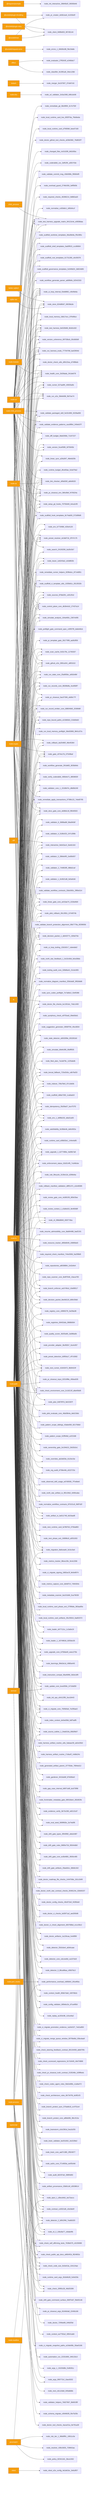
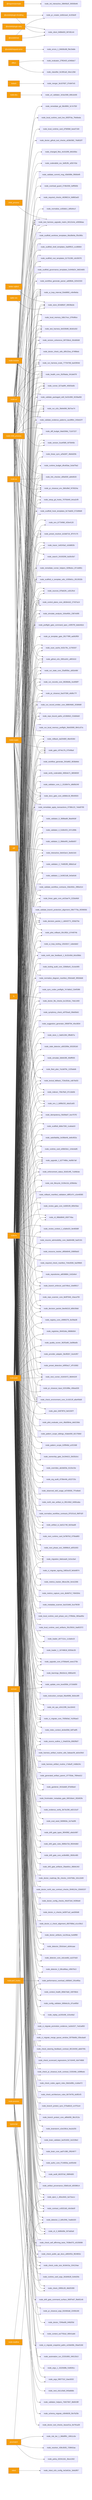
graph LR
  ext_inquirer_prompts_4d547149["@inquirer/prompts"] --> node_init_interactive_28845b2f_39350b46
  ext_octokit_plugin_retry_c9aecc53["@octokit/plugin-retry"] --> node_client_948fe603_907d5144
  ext_octokit_plugin_throttling_7909ece3["@octokit/plugin-throttling"] --> node_client_948fe603_907d5144
  ext_octokit_plugin_throttling_7909ece3["@octokit/plugin-throttling"] --> node_pr_creator_dc6b1ea4_4c333e0f
  ext_octokit_request_error_98ae13cc["@octokit/request-error"] --> node_errors_1_84b56c88_f9e19a8e
  ext_octokit_rest_c6e4d192["@octokit/rest"] --> node_client_948fe603_907d5144
  ext_octokit_rest_c6e4d192["@octokit/rest"] --> node_pr_creator_dc6b1ea4_4c333e0f
  ext_better_sqlite3_d7ed8f1a["better-sqlite3"] --> node_store_824d80d7_69038a3e
  ext_child_process_4845fa97["child_process"] --> node_test_harness_upgrade_matrix_84113c4e_e0838daa
  ext_diff_75a0ee1b["diff"] --> node_interactive_0eb42ac4_3ee6c3c6
  ext_effect_68d1dae1["effect"] --> node_classifier_fe1991a9_34ec128d
  ext_effect_68d1dae1["effect"] --> node_evaluator_27f6343f_e2466dc7
  ext_fs_3f4bb586["fs"] --> node_doctor_file_checks_bc1301dc_74dc1400
  ext_lodash_901466a5["lodash"] --> node_merger_3e167607_07e847e5
  ext_node_child_process_f62b7d19["node:child_process"] --> node_branch_enforcer_acb749cd_10e89517
  ext_node_child_process_f62b7d19["node:child_process"] --> node_changed_files_4c0102f6_bfd165bc
  ext_node_child_process_f62b7d19["node:child_process"] --> node_check_environment_core_2c16213f_a8a456d9
  ext_node_child_process_f62b7d19["node:child_process"] --> node_ci_migrate_core_7005b5af_7e295ae3
  ext_node_child_process_f62b7d19["node:child_process"] --> node_control_plane_core_db3b4cb2_27437a14
  ext_node_child_process_f62b7d19["node:child_process"] --> node_diff_budget_9da0268d_71167227
  ext_node_child_process_f62b7d19["node:child_process"] --> node_docs_gate_core_eb9b6c18_f8540503
  ext_node_child_process_f62b7d19["node:child_process"] --> node_doctor_check_utils_d0fc22ea_d74f86eb
  ext_node_child_process_f62b7d19["node:child_process"] --> node_doctor_github_tool_checks_a53b0382_76d832f7
  ext_node_child_process_f62b7d19["node:child_process"] --> node_github_e2e_2891a341_af6f1610
  ext_node_child_process_f62b7d19["node:child_process"] --> node_health_core_2b2fdada_341de678
  ext_node_child_process_f62b7d19["node:child_process"] --> node_linear_gate_core_a415ae74_222bd4b9
  ext_node_child_process_f62b7d19["node:child_process"] --> node_link_checker_d0fa555f_abfe9020
  ext_node_child_process_f62b7d19["node:child_process"] --> node_local_memory_0db17ecc_97fe98ce
  ext_node_child_process_f62b7d19["node:child_process"] --> node_local_runtime_card_d7fd59bf_beed7160
  ext_node_child_process_f62b7d19["node:child_process"] --> node_local_runtime_card_live_65f2f7da_7feb6eda
  ext_node_child_process_f62b7d19["node:child_process"] --> node_next_runner_41643472_9b94424f
  ext_node_child_process_f62b7d19["node:child_process"] --> node_pr_closeout_0ac07306_e8d9c77f
  ext_node_child_process_f62b7d19["node:child_process"] --> node_pr_closeout_env_9bfcd9ef_f476024a
  ext_node_child_process_f62b7d19["node:child_process"] --> node_remediate_git_58c6f6f4_3c7e755f
  ext_node_child_process_f62b7d19["node:child_process"] --> node_run_e2e_39efe696_fb07ee74
  ext_node_child_process_f62b7d19["node:child_process"] --> node_run_harness_evals_77704768_ba42904d
  ext_node_child_process_f62b7d19["node:child_process"] --> node_runner_527aa9f4_40925a5b
  ext_node_child_process_f62b7d19["node:child_process"] --> node_scaffold_hook_templates_8c74ab50_572d99d9
  ext_node_child_process_f62b7d19["node:child_process"] --> node_search_24193290_6a30c5b7
  ext_node_child_process_f62b7d19["node:child_process"] --> node_setup_git_hooks_70750d40_b4ca2cf9
  ext_node_child_process_f62b7d19["node:child_process"] --> node_test_harness_6e520b98_6b3d1d32
  ext_node_child_process_f62b7d19["node:child_process"] --> node_test_harness_upgrade_matrix_84113c4e_e0838daa
  ext_node_child_process_f62b7d19["node:child_process"] --> node_ui_loop_internal_f2eb8892_c4b49e6a
  ext_node_child_process_f62b7d19["node:child_process"] --> node_validate_commit_msg_43b008fe_f9560ef9
  ext_node_child_process_f62b7d19["node:child_process"] --> node_validate_evidence_patterns_cacd9fb4_240eb37f
  ext_node_child_process_f62b7d19["node:child_process"] --> node_validate_packaged_skill_5e32c890_9228ad58
  ext_node_child_process_f62b7d19["node:child_process"] --> node_version_coherence_69733bcb_00c8d5d9
  ext_node_crypto_c7dfc512["node:crypto"] --> node_artifact_io_ba511748_6d1faad8
  ext_node_crypto_c7dfc512["node:crypto"] --> node_check_environment_core_2c16213f_a8a456d9
  ext_node_crypto_c7dfc512["node:crypto"] --> node_ci_migrate_signing_2d82ac3f_9e5e8974
  ext_node_crypto_c7dfc512["node:crypto"] --> node_control_plane_core_db3b4cb2_27437a14
  ext_node_crypto_c7dfc512["node:crypto"] --> node_decision_packet_1_dd443771_92fa570e
  ext_node_crypto_c7dfc512["node:crypto"] --> node_decision_packet_8ee9d119_b89c59dd
  ext_node_crypto_c7dfc512["node:crypto"] --> node_docs_gate_core_eb9b6c18_f8540503
  ext_node_crypto_c7dfc512["node:crypto"] --> node_enforcement_status_92d314f5_7cd48cbe
  ext_node_crypto_c7dfc512["node:crypto"] --> node_env_b77349bf_420e4120
  ext_node_crypto_c7dfc512["node:crypto"] --> node_gate_c974e17b_07549baf
  ext_node_crypto_c7dfc512["node:crypto"] --> node_idempotency_f5d39a07_bce757f2
  ext_node_crypto_c7dfc512["node:crypto"] --> node_indexer_70fa78e5_97c1bb0b
  ext_node_crypto_c7dfc512["node:crypto"] --> node_lexical_fallback_723e2b3e_cdb7bd33
  ext_node_crypto_c7dfc512["node:crypto"] --> node_linear_sync_a2fa2bf7_48e6d20b
  ext_node_crypto_c7dfc512["node:crypto"] --> node_link_checker_d0fa555f_abfe9020
  ext_node_crypto_c7dfc512["node:crypto"] --> node_migration_8a6cead4_3c3cc0a4
  ext_node_crypto_c7dfc512["node:crypto"] --> node_normalise_cc83ddc1_b95d4ccf
  ext_node_crypto_c7dfc512["node:crypto"] --> node_normalize_diagram_manifest_259cbddf_3f92b8d6
  ext_node_crypto_c7dfc512["node:crypto"] --> node_north_star_feedback_1_9c32c60d_b0cd38dc
  ext_node_crypto_c7dfc512["node:crypto"] --> node_pilot_rollback_00c1f82c_b744974b
  ext_node_crypto_c7dfc512["node:crypto"] --> node_preset_resolver_dc3dd716_3f747c75
  ext_node_crypto_c7dfc512["node:crypto"] --> node_remediate_apply_transactions_0738b122_7ebd0795
  ext_node_crypto_c7dfc512["node:crypto"] --> node_required_checks_46396214_9d882ad3
  ext_node_crypto_c7dfc512["node:crypto"] --> node_rollback_da25480f_48e45364
  ext_node_crypto_c7dfc512["node:crypto"] --> node_run_record_emitter_core_688049d5_2036fd6f
  ext_node_crypto_c7dfc512["node:crypto"] --> node_run_records_core_89286dfa_4ce958f7
  ext_node_crypto_c7dfc512["node:crypto"] --> node_run_state_core_25a955bc_a562e9bf
  ext_node_crypto_c7dfc512["node:crypto"] --> node_scan_cache_fc02c79c_11793337
  ext_node_crypto_c7dfc512["node:crypto"] --> node_simulate_analysis_164a460c_2367e095
  ext_node_crypto_c7dfc512["node:crypto"] --> node_sources_878a52fc_cd312fcd
  ext_node_crypto_c7dfc512["node:crypto"] --> node_test_harness_upgrade_matrix_84113c4e_e0838daa
  ext_node_crypto_c7dfc512["node:crypto"] --> node_tracer_1e6243a2_cb3d802b
  ext_node_crypto_c7dfc512["node:crypto"] --> node_ui_loop_internal_f2eb8892_c4b49e6a
  ext_node_crypto_c7dfc512["node:crypto"] --> node_upgrade_1_b277486e_4a06b7a8
  ext_node_dns_828a0bbf["node:dns"] --> node_url_validator_3c5a1568_b9b1dc66
  ext_node_fs_a15b7d96["node:fs"] --> node_artifact_io_ba511748_6d1faad8
  ext_node_fs_a15b7d96["node:fs"] --> node_artifact_provenance_03b81cbf_d3038614
  ext_node_fs_a15b7d96["node:fs"] --> node_audit_b81f37a0_398f4d93
  ext_node_fs_a15b7d96["node:fs"] --> node_authz_core_f714650a_ee0f2e9d
  ext_node_fs_a15b7d96["node:fs"] --> node_brain_core_aa07c380_2f924977
  ext_node_fs_a15b7d96["node:fs"] --> node_brain_validator_be251832_2e2228e2
  ext_node_fs_a15b7d96["node:fs"] --> node_brainstorm_e2e2381d_fea1b255
  ext_node_fs_a15b7d96["node:fs"] --> node_branch_enforcer_acb749cd_10e89517
  ext_node_fs_a15b7d96["node:fs"] --> node_branch_protect_core_a8feb0fd_38c1f12a
  ext_node_fs_a15b7d96["node:fs"] --> node_branch_protect_sync_570adb18_cc4751e4
  ext_node_fs_a15b7d96["node:fs"] --> node_check_20f65c28_48d25399
  ext_node_fs_a15b7d96["node:fs"] --> node_check_architecture_rules_6b7347fd_dc8f2cf3
  ext_node_fs_a15b7d96["node:fs"] --> node_check_code_size_9c5efc3a_154124ae
  ext_node_fs_a15b7d96["node:fs"] --> node_check_codex_agent_roles_5bb2e89b_c1a9a472
  ext_node_fs_a15b7d96["node:fs"] --> node_check_environment_core_2c16213f_a8a456d9
  ext_node_fs_a15b7d96["node:fs"] --> node_check_pr_closeout_truth_contract_f135348c_b39f6edc
  ext_node_fs_a15b7d96["node:fs"] --> node_check_public_api_docs_a9604f1b_f824853c
  ext_node_fs_a15b7d96["node:fs"] --> node_check_scorecard_regressions_5c7c6445_4b474868
  ext_node_fs_a15b7d96["node:fs"] --> node_check_self_affirming_tests_7638e575_c6155698
  ext_node_fs_a15b7d96["node:fs"] --> node_check_steering_feedback_contract_80134459_abb076fc
  ext_node_fs_a15b7d96["node:fs"] --> node_ci_migrate_core_7005b5af_7e295ae3
  ext_node_fs_a15b7d96["node:fs"] --> node_ci_migrate_merge_queue_window_0070bd6d_03bcdaa9
  ext_node_fs_a15b7d96["node:fs"] --> node_ci_migrate_promotion_evidence_1a2dc527_7ed1a850
-   ext_node_fs_a15b7d96["node:fs"] --> node_cli_2_10bc8a77_c6dab4fb
+   ext_node_fs_a15b7d96["node:fs"] --> node_cli_3_9d90d3fe_507ab5a9
  ext_node_fs_a15b7d96["node:fs"] --> node_cli_99bb8840_659774ba
  ext_node_fs_a15b7d96["node:fs"] --> node_config_validator_669ebc2e_d7ca485d
  ext_node_fs_a15b7d96["node:fs"] --> node_context_health_80bb7da9_169768cb
  ext_node_fs_a15b7d96["node:fs"] --> node_contract_cc8321d6_c0e3de0f
  ext_node_fs_a15b7d96["node:fs"] --> node_control_plane_core_db3b4cb2_27437a14
  ext_node_fs_a15b7d96["node:fs"] --> node_decision_packet_1_dd443771_92fa570e
  ext_node_fs_a15b7d96["node:fs"] --> node_decision_packet_8ee9d119_b89c59dd
  ext_node_fs_a15b7d96["node:fs"] --> node_detector_2_b0fc2f46_7ea6b320
  ext_node_fs_a15b7d96["node:fs"] --> node_detector_3_86ca96aa_c95676c3
  ext_node_fs_a15b7d96["node:fs"] --> node_detector_core_cdccee8d_ca107dc8
  ext_node_fs_a15b7d96["node:fs"] --> node_detector_f2b3cbe4_a0d4caae
  ext_node_fs_a15b7d96["node:fs"] --> node_diff_budget_9da0268d_71167227
  ext_node_fs_a15b7d96["node:fs"] --> node_docs_gate_core_eb9b6c18_f8540503
  ext_node_fs_a15b7d96["node:fs"] --> node_doctor_artifacts_1a126caa_fcefdf99
  ext_node_fs_a15b7d96["node:fs"] --> node_doctor_check_utils_d0fc22ea_d74f86eb
  ext_node_fs_a15b7d96["node:fs"] --> node_doctor_ci_check_alignment_d50768bd_e1cc59c2
  ext_node_fs_a15b7d96["node:fs"] --> node_doctor_ci_checks_bd3971a2_aed260d6
  ext_node_fs_a15b7d96["node:fs"] --> node_doctor_config_checks_49c872e0_f42fb5e8
  ext_node_fs_a15b7d96["node:fs"] --> node_doctor_file_checks_bc1301dc_74dc1400
  ext_node_fs_a15b7d96["node:fs"] --> node_doctor_north_star_contract_checks_0048124c_02b00237
  ext_node_fs_a15b7d96["node:fs"] --> node_doctor_roadmap_file_checks_14447b8e_2d1c2d49
  ext_node_fs_a15b7d96["node:fs"] --> node_drift_gate_artifacts_29aeb0cc_86b9c342
  ext_node_fs_a15b7d96["node:fs"] --> node_drift_gate_core_ec6b4881_9500c485
  ext_node_fs_a15b7d96["node:fs"] --> node_drift_gate_rules_9685e72d_95044db0
  ext_node_fs_a15b7d96["node:fs"] --> node_drift_gate_types_3f045f82_a9a3c987
  ext_node_fs_a15b7d96["node:fs"] --> node_eject_1_d0ecd4d1_ba72accc
  ext_node_fs_a15b7d96["node:fs"] --> node_enforcement_status_92d314f5_7cd48cbe
  ext_node_fs_a15b7d96["node:fs"] --> node_env_1_b6f6b232_dda31a93
  ext_node_fs_a15b7d96["node:fs"] --> node_env_b77349bf_420e4120
  ext_node_fs_a15b7d96["node:fs"] --> node_eval_seed_5699fd3e_2a74a5f6
  ext_node_fs_a15b7d96["node:fs"] --> node_evidence_verify_3b73c290_e82131d7
  ext_node_fs_a15b7d96["node:fs"] --> node_fleet_plan_7a1dd79c_1225abdb
  ext_node_fs_a15b7d96["node:fs"] --> node_frontmatter_metadata_gate_6901bbe4_282d02fe
-   ext_node_fs_a15b7d96["node:fs"] --> node_gap_case_internal_b9871ddf_dcd73f98
  ext_node_fs_a15b7d96["node:fs"] --> node_gardener_9416a9df_87b06be0
  ext_node_fs_a15b7d96["node:fs"] --> node_gate_c974e17b_07549baf
  ext_node_fs_a15b7d96["node:fs"] --> node_generated_artifact_parent_1f7755de_7894ed12
  ext_node_fs_a15b7d96["node:fs"] --> node_github_e2e_2891a341_af6f1610
  ext_node_fs_a15b7d96["node:fs"] --> node_harness_artifact_routine_17afacff_14dbb24c
  ext_node_fs_a15b7d96["node:fs"] --> node_harness_artifact_routine_utils_5abaac59_ab2e20b3
  ext_node_fs_a15b7d96["node:fs"] --> node_health_core_2b2fdada_341de678
  ext_node_fs_a15b7d96["node:fs"] --> node_idempotency_f5d39a07_bce757f2
  ext_node_fs_a15b7d96["node:fs"] --> node_index_context_de3ed39d_6df7adf5
  ext_node_fs_a15b7d96["node:fs"] --> node_indexer_70fa78e5_97c1bb0b
  ext_node_fs_a15b7d96["node:fs"] --> node_init_ops_e54123f9_3ce18443
  ext_node_fs_a15b7d96["node:fs"] --> node_instruction_compat_06a469fd_3b3e1df0
  ext_node_fs_a15b7d96["node:fs"] --> node_interactive_0eb42ac4_3ee6c3c6
  ext_node_fs_a15b7d96["node:fs"] --> node_learnings_9feb3e1d_4980a445
  ext_node_fs_a15b7d96["node:fs"] --> node_lexical_fallback_723e2b3e_cdb7bd33
  ext_node_fs_a15b7d96["node:fs"] --> node_linear_gate_core_a415ae74_222bd4b9
  ext_node_fs_a15b7d96["node:fs"] --> node_linear_sync_a2fa2bf7_48e6d20b
  ext_node_fs_a15b7d96["node:fs"] --> node_link_checker_d0fa555f_abfe9020
  ext_node_fs_a15b7d96["node:fs"] --> node_loader_1_16749818_9255dc35
  ext_node_fs_a15b7d96["node:fs"] --> node_loader_d47712cc_1c3a0e19
  ext_node_fs_a15b7d96["node:fs"] --> node_local_memory_0db17ecc_97fe98ce
  ext_node_fs_a15b7d96["node:fs"] --> node_local_runtime_card_artifacts_35c25816_0ad02372
  ext_node_fs_a15b7d96["node:fs"] --> node_local_runtime_card_phase_exit_275ffa9a_383aa95e
  ext_node_fs_a15b7d96["node:fs"] --> node_metadata_scanner_6a101b66_5ca79039
  ext_node_fs_a15b7d96["node:fs"] --> node_metrics_capture_core_db4bf7cf_7494304c
  ext_node_fs_a15b7d96["node:fs"] --> node_metrics_tracker_98cec29c_9c4c2266
  ext_node_fs_a15b7d96["node:fs"] --> node_migration_8a6cead4_3c3cc0a4
  ext_node_fs_a15b7d96["node:fs"] --> node_next_phase_exit_1fd996c9_a5f31003
  ext_node_fs_a15b7d96["node:fs"] --> node_next_runner_41643472_9b94424f
  ext_node_fs_a15b7d96["node:fs"] --> node_next_runtime_card_fa7867b3_0756a883
  ext_node_fs_a15b7d96["node:fs"] --> node_normalize_diagram_manifest_259cbddf_3f92b8d6
  ext_node_fs_a15b7d96["node:fs"] --> node_normalize_workflow_contracts_8701f1c8_0fdf7d2f
  ext_node_fs_a15b7d96["node:fs"] --> node_north_star_artifact_io_9f2c34b2_6490caba
  ext_node_fs_a15b7d96["node:fs"] --> node_north_star_feedback_1_9c32c60d_b0cd38dc
  ext_node_fs_a15b7d96["node:fs"] --> node_observed_skill_usage_ed7d5930_7f7edbe6
  ext_node_fs_a15b7d96["node:fs"] --> node_org_audit_d739e44b_e522723c
  ext_node_fs_a15b7d96["node:fs"] --> node_overrides_ab2dd33e_6115e15e
  ext_node_fs_a15b7d96["node:fs"] --> node_ownership_gate_2e194d13_2b02b2e1
  ext_node_fs_a15b7d96["node:fs"] --> node_pattern_scope_61ff946d_a1f21fd8
  ext_node_fs_a15b7d96["node:fs"] --> node_pattern_scope_siblings_43abe000_821756b0
  ext_node_fs_a15b7d96["node:fs"] --> node_pilot_evaluate_core_48a59b4a_deb218dc
  ext_node_fs_a15b7d96["node:fs"] --> node_pilot_rollback_00c1f82c_b744974b
  ext_node_fs_a15b7d96["node:fs"] --> node_plan_64879f7d_9e01597f
  ext_node_fs_a15b7d96["node:fs"] --> node_pr_closeout_0ac07306_e8d9c77f
  ext_node_fs_a15b7d96["node:fs"] --> node_pr_closeout_env_9bfcd9ef_f476024a
  ext_node_fs_a15b7d96["node:fs"] --> node_pr_closeout_input_02319f8e_456ea535
  ext_node_fs_a15b7d96["node:fs"] --> node_pr_template_gate_281778f9_aa0b3f59
  ext_node_fs_a15b7d96["node:fs"] --> node_preflight_gate_command_spec_c45f57f0_bdeb46cb
  ext_node_fs_a15b7d96["node:fs"] --> node_preset_detection_b0f00a17_4f7c5082
  ext_node_fs_a15b7d96["node:fs"] --> node_preset_resolver_dc3dd716_3f747c75
  ext_node_fs_a15b7d96["node:fs"] --> node_provider_adapter_3bcf82b7_3ce4cf67
  ext_node_fs_a15b7d96["node:fs"] --> node_quality_scorer_362f2a90_2a086a0b
  ext_node_fs_a15b7d96["node:fs"] --> node_registries_06402afa_0868b564
  ext_node_fs_a15b7d96["node:fs"] --> node_registry_core_c9990279_3e2fda38
  ext_node_fs_a15b7d96["node:fs"] --> node_remediate_apply_transactions_0738b122_7ebd0795
  ext_node_fs_a15b7d96["node:fs"] --> node_remediate_runner_helpers_929fedcc_8714d951
  ext_node_fs_a15b7d96["node:fs"] --> node_repo_bound_paths_e218b5b3_216d0eb0
  ext_node_fs_a15b7d96["node:fs"] --> node_repo_scanner_core_8e9f7646_10aca705
  ext_node_fs_a15b7d96["node:fs"] --> node_repositories_a8038884_2c62efe4
  ext_node_fs_a15b7d96["node:fs"] --> node_required_check_manifest_744e3936_5a20f8d5
  ext_node_fs_a15b7d96["node:fs"] --> node_resource_tracker_d95b6649_20895bd3
  ext_node_fs_a15b7d96["node:fs"] --> node_resume_admissibility_core_8ab84488_faaf2191
  ext_node_fs_a15b7d96["node:fs"] --> node_review_context_1_e3afed15_9e46568f
  ext_node_fs_a15b7d96["node:fs"] --> node_review_gate_core_4c8001f9_809cf3ee
  ext_node_fs_a15b7d96["node:fs"] --> node_rollback_da25480f_48e45364
  ext_node_fs_a15b7d96["node:fs"] --> node_rollback_manifest_validation_d8f5147c_e2e46585
  ext_node_fs_a15b7d96["node:fs"] --> node_rule_lifecycle_3130e11b_d296efac
  ext_node_fs_a15b7d96["node:fs"] --> node_run_e2e_39efe696_fb07ee74
  ext_node_fs_a15b7d96["node:fs"] --> node_run_harness_evals_77704768_ba42904d
  ext_node_fs_a15b7d96["node:fs"] --> node_run_record_emitter_core_688049d5_2036fd6f
  ext_node_fs_a15b7d96["node:fs"] --> node_run_records_core_89286dfa_4ce958f7
  ext_node_fs_a15b7d96["node:fs"] --> node_run_state_core_25a955bc_a562e9bf
  ext_node_fs_a15b7d96["node:fs"] --> node_runner_527aa9f4_40925a5b
  ext_node_fs_a15b7d96["node:fs"] --> node_runtime_budget_dfce83ae_5cbd79a2
  ext_node_fs_a15b7d96["node:fs"] --> node_runtime_card_e06b53e1_144e4a95
  ext_node_fs_a15b7d96["node:fs"] --> node_satisfiability_6c08de4b_de8c902a
  ext_node_fs_a15b7d96["node:fs"] --> node_scaffold_ci_template_utils_1035b61c_0513532b
  ext_node_fs_a15b7d96["node:fs"] --> node_scaffold_db8a7260_1ca6adc9
  ext_node_fs_a15b7d96["node:fs"] --> node_scaffold_governance_templates_5c949d24_3d624d65
  ext_node_fs_a15b7d96["node:fs"] --> node_scaffold_hook_templates_8c74ab50_572d99d9
  ext_node_fs_a15b7d96["node:fs"] --> node_scaffold_root_templates_61731280_c6c59378
  ext_node_fs_a15b7d96["node:fs"] --> node_scaffold_shell_templates_0ad0f915_ccc86664
  ext_node_fs_a15b7d96["node:fs"] --> node_scaffold_worktree_templates_66a38e9a_ff3c085c
  ext_node_fs_a15b7d96["node:fs"] --> node_scan_cache_fc02c79c_11793337
  ext_node_fs_a15b7d96["node:fs"] --> node_setup_git_hooks_70750d40_b4ca2cf9
  ext_node_fs_a15b7d96["node:fs"] --> node_simulate_analysis_164a460c_2367e095
  ext_node_fs_a15b7d96["node:fs"] --> node_simulate_b9efe395_90dff935
  ext_node_fs_a15b7d96["node:fs"] --> node_source_outline_1_54a631fa_8582fb07
  ext_node_fs_a15b7d96["node:fs"] --> node_sources_878a52fc_cd312fcd
  ext_node_fs_a15b7d96["node:fs"] --> node_stale_detector_a563289e_653281b0
+   ext_node_fs_a15b7d96["node:fs"] --> node_store_1_0ab51284_0ffe807a
  ext_node_fs_a15b7d96["node:fs"] --> node_store_824d80d7_69038a3e
  ext_node_fs_a15b7d96["node:fs"] --> node_suggestion_generator_0956f794_4fce3834
  ext_node_fs_a15b7d96["node:fs"] --> node_symphony_check_e97f2ea0_09eb5bd1
  ext_node_fs_a15b7d96["node:fs"] --> node_sync_codex_preflight_7e7a8dc2_f2ef0386
  ext_node_fs_a15b7d96["node:fs"] --> node_test_harness_6e520b98_6b3d1d32
  ext_node_fs_a15b7d96["node:fs"] --> node_test_harness_upgrade_matrix_84113c4e_e0838daa
  ext_node_fs_a15b7d96["node:fs"] --> node_tooling_audit_core_328d6a41_01cbc905
  ext_node_fs_a15b7d96["node:fs"] --> node_tracer_1e6243a2_cb3d802b
  ext_node_fs_a15b7d96["node:fs"] --> node_ui_loop_internal_f2eb8892_c4b49e6a
  ext_node_fs_a15b7d96["node:fs"] --> node_ui_loop_tooling_12b2d2c7_1abedab2
  ext_node_fs_a15b7d96["node:fs"] --> node_update_core_bced358c_b710dd59
  ext_node_fs_a15b7d96["node:fs"] --> node_upgrade_1_b277486e_4a06b7a8
  ext_node_fs_a15b7d96["node:fs"] --> node_upgrade_core_b759da40_eeec275b
  ext_node_fs_a15b7d96["node:fs"] --> node_validate_branch_protection_alignment_09b7779a_6f299056
  ext_node_fs_a15b7d96["node:fs"] --> node_validate_commit_msg_43b008fe_f9560ef9
  ext_node_fs_a15b7d96["node:fs"] --> node_validate_evidence_patterns_cacd9fb4_240eb37f
  ext_node_fs_a15b7d96["node:fs"] --> node_validate_packaged_skill_5e32c890_9228ad58
  ext_node_fs_a15b7d96["node:fs"] --> node_validate_workflow_contracts_33dc063c_2f80e314
  ext_node_fs_a15b7d96["node:fs"] --> node_validator_1_0c0621d8_0e5afcb6
  ext_node_fs_a15b7d96["node:fs"] --> node_validator_2_744853f5_98bb2caf
  ext_node_fs_a15b7d96["node:fs"] --> node_validator_3_28b6e9f3_2ed5b007
  ext_node_fs_a15b7d96["node:fs"] --> node_validator_4_5180cf23_247c289b
  ext_node_fs_a15b7d96["node:fs"] --> node_validator_6_3688adbf_8ba940df
  ext_node_fs_a15b7d96["node:fs"] --> node_validator_core_1_1518647e_d8d0b249
  ext_node_fs_a15b7d96["node:fs"] --> node_verify_coderabbit_490b4e71_8859655f
  ext_node_fs_a15b7d96["node:fs"] --> node_version_5ca4f385_fd75945b
  ext_node_fs_a15b7d96["node:fs"] --> node_version_coherence_69733bcb_00c8d5d9
  ext_node_fs_a15b7d96["node:fs"] --> node_workflow_generate_2fc0af62_803bbfeb
  ext_node_fs_a15b7d96["node:fs"] --> node_workflow_generate_parser_ad69fefe_62542333
  ext_node_module_ca1b42af["node:module"] --> node_health_core_2b2fdada_341de678
  ext_node_os_d93fe73a["node:os"] --> node_env_1_b6f6b232_dda31a93
  ext_node_os_d93fe73a["node:os"] --> node_github_e2e_2891a341_af6f1610
  ext_node_os_d93fe73a["node:os"] --> node_link_checker_d0fa555f_abfe9020
  ext_node_os_d93fe73a["node:os"] --> node_overload_guard_2748c559_3eff560b
  ext_node_os_d93fe73a["node:os"] --> node_performance_overload_c685bfcf_291ef65a
  ext_node_os_d93fe73a["node:os"] --> node_pr_closeout_env_9bfcd9ef_f476024a
  ext_node_os_d93fe73a["node:os"] --> node_runner_527aa9f4_40925a5b
  ext_node_os_d93fe73a["node:os"] --> node_test_harness_6e520b98_6b3d1d32
  ext_node_os_d93fe73a["node:os"] --> node_test_harness_upgrade_matrix_84113c4e_e0838daa
  ext_node_path_78811c13["node:path"] --> node_args_090772cf_1bac9202
  ext_node_path_78811c13["node:path"] --> node_args_1_15220d9b_f1d9281c
  ext_node_path_78811c13["node:path"] --> node_artifact_io_ba511748_6d1faad8
  ext_node_path_78811c13["node:path"] --> node_artifact_provenance_03b81cbf_d3038614
  ext_node_path_78811c13["node:path"] --> node_audit_b81f37a0_398f4d93
  ext_node_path_78811c13["node:path"] --> node_authz_core_f714650a_ee0f2e9d
  ext_node_path_78811c13["node:path"] --> node_automation_run_22331800_346133c3
  ext_node_path_78811c13["node:path"] --> node_brain_core_aa07c380_2f924977
  ext_node_path_78811c13["node:path"] --> node_brain_validator_be251832_2e2228e2
  ext_node_path_78811c13["node:path"] --> node_brainstorm_e2e2381d_fea1b255
  ext_node_path_78811c13["node:path"] --> node_branch_enforcer_acb749cd_10e89517
  ext_node_path_78811c13["node:path"] --> node_branch_protect_core_a8feb0fd_38c1f12a
  ext_node_path_78811c13["node:path"] --> node_branch_protect_sync_570adb18_cc4751e4
  ext_node_path_78811c13["node:path"] --> node_check_20f65c28_48d25399
  ext_node_path_78811c13["node:path"] --> node_check_architecture_rules_6b7347fd_dc8f2cf3
  ext_node_path_78811c13["node:path"] --> node_check_code_size_9c5efc3a_154124ae
  ext_node_path_78811c13["node:path"] --> node_check_codex_agent_roles_5bb2e89b_c1a9a472
  ext_node_path_78811c13["node:path"] --> node_check_environment_core_2c16213f_a8a456d9
  ext_node_path_78811c13["node:path"] --> node_check_pr_closeout_truth_contract_f135348c_b39f6edc
  ext_node_path_78811c13["node:path"] --> node_check_public_api_docs_a9604f1b_f824853c
  ext_node_path_78811c13["node:path"] --> node_check_scorecard_regressions_5c7c6445_4b474868
  ext_node_path_78811c13["node:path"] --> node_check_self_affirming_tests_7638e575_c6155698
  ext_node_path_78811c13["node:path"] --> node_check_steering_feedback_contract_80134459_abb076fc
  ext_node_path_78811c13["node:path"] --> node_ci_migrate_core_7005b5af_7e295ae3
  ext_node_path_78811c13["node:path"] --> node_ci_migrate_merge_queue_window_0070bd6d_03bcdaa9
  ext_node_path_78811c13["node:path"] --> node_ci_migrate_promotion_evidence_1a2dc527_7ed1a850
  ext_node_path_78811c13["node:path"] --> node_ci_migrate_snapshot_paths_a10de06b_30ae5166
-   ext_node_path_78811c13["node:path"] --> node_cli_2_10bc8a77_c6dab4fb
+   ext_node_path_78811c13["node:path"] --> node_cli_3_9d90d3fe_507ab5a9
  ext_node_path_78811c13["node:path"] --> node_cli_99bb8840_659774ba
  ext_node_path_78811c13["node:path"] --> node_config_validator_669ebc2e_d7ca485d
  ext_node_path_78811c13["node:path"] --> node_context_ea7792a2_08541ab6
  ext_node_path_78811c13["node:path"] --> node_context_health_80bb7da9_169768cb
  ext_node_path_78811c13["node:path"] --> node_contract_cc8321d6_c0e3de0f
  ext_node_path_78811c13["node:path"] --> node_control_plane_core_db3b4cb2_27437a14
  ext_node_path_78811c13["node:path"] --> node_decision_packet_1_dd443771_92fa570e
  ext_node_path_78811c13["node:path"] --> node_decision_packet_8ee9d119_b89c59dd
  ext_node_path_78811c13["node:path"] --> node_detector_2_b0fc2f46_7ea6b320
  ext_node_path_78811c13["node:path"] --> node_detector_3_86ca96aa_c95676c3
  ext_node_path_78811c13["node:path"] --> node_detector_core_cdccee8d_ca107dc8
  ext_node_path_78811c13["node:path"] --> node_detector_f2b3cbe4_a0d4caae
  ext_node_path_78811c13["node:path"] --> node_docs_gate_core_eb9b6c18_f8540503
  ext_node_path_78811c13["node:path"] --> node_doctor_72f4be89_04fd2f3d
  ext_node_path_78811c13["node:path"] --> node_doctor_artifacts_1a126caa_fcefdf99
  ext_node_path_78811c13["node:path"] --> node_doctor_ci_check_alignment_d50768bd_e1cc59c2
  ext_node_path_78811c13["node:path"] --> node_doctor_ci_checks_bd3971a2_aed260d6
  ext_node_path_78811c13["node:path"] --> node_doctor_config_checks_49c872e0_f42fb5e8
  ext_node_path_78811c13["node:path"] --> node_doctor_file_checks_bc1301dc_74dc1400
  ext_node_path_78811c13["node:path"] --> node_doctor_north_star_contract_checks_0048124c_02b00237
  ext_node_path_78811c13["node:path"] --> node_doctor_roadmap_file_checks_14447b8e_2d1c2d49
  ext_node_path_78811c13["node:path"] --> node_drift_gate_artifacts_29aeb0cc_86b9c342
  ext_node_path_78811c13["node:path"] --> node_drift_gate_command_surface_060f7e67_f8e83146
  ext_node_path_78811c13["node:path"] --> node_drift_gate_core_ec6b4881_9500c485
  ext_node_path_78811c13["node:path"] --> node_drift_gate_rules_9685e72d_95044db0
  ext_node_path_78811c13["node:path"] --> node_drift_gate_types_3f045f82_a9a3c987
  ext_node_path_78811c13["node:path"] --> node_eject_1_d0ecd4d1_ba72accc
  ext_node_path_78811c13["node:path"] --> node_enforcement_status_92d314f5_7cd48cbe
  ext_node_path_78811c13["node:path"] --> node_env_1_b6f6b232_dda31a93
  ext_node_path_78811c13["node:path"] --> node_eval_seed_5699fd3e_2a74a5f6
  ext_node_path_78811c13["node:path"] --> node_evidence_verify_3b73c290_e82131d7
  ext_node_path_78811c13["node:path"] --> node_frontmatter_metadata_gate_6901bbe4_282d02fe
-   ext_node_path_78811c13["node:path"] --> node_gap_case_internal_b9871ddf_dcd73f98
  ext_node_path_78811c13["node:path"] --> node_gardener_9416a9df_87b06be0
  ext_node_path_78811c13["node:path"] --> node_gate_c974e17b_07549baf
  ext_node_path_78811c13["node:path"] --> node_generated_artifact_parent_1f7755de_7894ed12
  ext_node_path_78811c13["node:path"] --> node_github_e2e_2891a341_af6f1610
  ext_node_path_78811c13["node:path"] --> node_harness_artifact_routine_17afacff_14dbb24c
  ext_node_path_78811c13["node:path"] --> node_harness_artifact_routine_utils_5abaac59_ab2e20b3
  ext_node_path_78811c13["node:path"] --> node_health_core_2b2fdada_341de678
  ext_node_path_78811c13["node:path"] --> node_idempotency_f5d39a07_bce757f2
  ext_node_path_78811c13["node:path"] --> node_index_context_de3ed39d_6df7adf5
  ext_node_path_78811c13["node:path"] --> node_indexer_70fa78e5_97c1bb0b
  ext_node_path_78811c13["node:path"] --> node_init_ops_e54123f9_3ce18443
  ext_node_path_78811c13["node:path"] --> node_instruction_compat_06a469fd_3b3e1df0
  ext_node_path_78811c13["node:path"] --> node_interactive_0eb42ac4_3ee6c3c6
  ext_node_path_78811c13["node:path"] --> node_learnings_9feb3e1d_4980a445
  ext_node_path_78811c13["node:path"] --> node_lexical_fallback_723e2b3e_cdb7bd33
  ext_node_path_78811c13["node:path"] --> node_linear_gate_core_a415ae74_222bd4b9
  ext_node_path_78811c13["node:path"] --> node_link_checker_d0fa555f_abfe9020
  ext_node_path_78811c13["node:path"] --> node_loader_1_16749818_9255dc35
  ext_node_path_78811c13["node:path"] --> node_loader_d47712cc_1c3a0e19
  ext_node_path_78811c13["node:path"] --> node_local_runtime_card_artifacts_35c25816_0ad02372
  ext_node_path_78811c13["node:path"] --> node_local_runtime_card_phase_exit_275ffa9a_383aa95e
  ext_node_path_78811c13["node:path"] --> node_metadata_scanner_6a101b66_5ca79039
  ext_node_path_78811c13["node:path"] --> node_metrics_capture_core_db4bf7cf_7494304c
  ext_node_path_78811c13["node:path"] --> node_metrics_tracker_98cec29c_9c4c2266
  ext_node_path_78811c13["node:path"] --> node_migration_8a6cead4_3c3cc0a4
  ext_node_path_78811c13["node:path"] --> node_next_phase_exit_1fd996c9_a5f31003
  ext_node_path_78811c13["node:path"] --> node_next_runner_41643472_9b94424f
  ext_node_path_78811c13["node:path"] --> node_next_runtime_card_fa7867b3_0756a883
  ext_node_path_78811c13["node:path"] --> node_normalize_diagram_manifest_259cbddf_3f92b8d6
  ext_node_path_78811c13["node:path"] --> node_normalize_workflow_contracts_8701f1c8_0fdf7d2f
  ext_node_path_78811c13["node:path"] --> node_north_star_artifact_io_9f2c34b2_6490caba
  ext_node_path_78811c13["node:path"] --> node_north_star_feedback_1_9c32c60d_b0cd38dc
  ext_node_path_78811c13["node:path"] --> node_observed_skill_usage_ed7d5930_7f7edbe6
  ext_node_path_78811c13["node:path"] --> node_org_audit_d739e44b_e522723c
  ext_node_path_78811c13["node:path"] --> node_overrides_ab2dd33e_6115e15e
  ext_node_path_78811c13["node:path"] --> node_ownership_gate_2e194d13_2b02b2e1
  ext_node_path_78811c13["node:path"] --> node_pattern_scope_61ff946d_a1f21fd8
  ext_node_path_78811c13["node:path"] --> node_pattern_scope_siblings_43abe000_821756b0
  ext_node_path_78811c13["node:path"] --> node_pilot_evaluate_core_48a59b4a_deb218dc
  ext_node_path_78811c13["node:path"] --> node_pilot_rollback_00c1f82c_b744974b
  ext_node_path_78811c13["node:path"] --> node_plan_64879f7d_9e01597f
  ext_node_path_78811c13["node:path"] --> node_pr_closeout_0ac07306_e8d9c77f
  ext_node_path_78811c13["node:path"] --> node_pr_closeout_args_8164b0a8_2240b166
  ext_node_path_78811c13["node:path"] --> node_pr_closeout_env_9bfcd9ef_f476024a
  ext_node_path_78811c13["node:path"] --> node_pr_closeout_input_02319f8e_456ea535
  ext_node_path_78811c13["node:path"] --> node_preset_detection_b0f00a17_4f7c5082
  ext_node_path_78811c13["node:path"] --> node_preset_resolver_dc3dd716_3f747c75
  ext_node_path_78811c13["node:path"] --> node_provider_adapter_3bcf82b7_3ce4cf67
  ext_node_path_78811c13["node:path"] --> node_quality_scorer_362f2a90_2a086a0b
  ext_node_path_78811c13["node:path"] --> node_registries_06402afa_0868b564
  ext_node_path_78811c13["node:path"] --> node_registry_core_c9990279_3e2fda38
  ext_node_path_78811c13["node:path"] --> node_remediate_apply_transactions_0738b122_7ebd0795
  ext_node_path_78811c13["node:path"] --> node_replay_ac203c98_115ce9a2
  ext_node_path_78811c13["node:path"] --> node_repo_bound_paths_e218b5b3_216d0eb0
  ext_node_path_78811c13["node:path"] --> node_repo_scanner_core_8e9f7646_10aca705
  ext_node_path_78811c13["node:path"] --> node_repositories_a8038884_2c62efe4
  ext_node_path_78811c13["node:path"] --> node_required_check_manifest_744e3936_5a20f8d5
  ext_node_path_78811c13["node:path"] --> node_resource_tracker_d95b6649_20895bd3
  ext_node_path_78811c13["node:path"] --> node_resume_admissibility_core_8ab84488_faaf2191
  ext_node_path_78811c13["node:path"] --> node_review_context_1_e3afed15_9e46568f
  ext_node_path_78811c13["node:path"] --> node_review_gate_core_4c8001f9_809cf3ee
  ext_node_path_78811c13["node:path"] --> node_rollback_da25480f_48e45364
  ext_node_path_78811c13["node:path"] --> node_rollback_manifest_validation_d8f5147c_e2e46585
  ext_node_path_78811c13["node:path"] --> node_rule_lifecycle_3130e11b_d296efac
  ext_node_path_78811c13["node:path"] --> node_run_e2e_39efe696_fb07ee74
  ext_node_path_78811c13["node:path"] --> node_run_harness_evals_77704768_ba42904d
  ext_node_path_78811c13["node:path"] --> node_run_local_memory_preflight_36e92808_9841c57a
  ext_node_path_78811c13["node:path"] --> node_run_record_emitter_core_688049d5_2036fd6f
  ext_node_path_78811c13["node:path"] --> node_run_records_core_89286dfa_4ce958f7
  ext_node_path_78811c13["node:path"] --> node_run_state_core_25a955bc_a562e9bf
  ext_node_path_78811c13["node:path"] --> node_runner_527aa9f4_40925a5b
  ext_node_path_78811c13["node:path"] --> node_runtime_card_args_2b3d4b28_5cfe029c
  ext_node_path_78811c13["node:path"] --> node_runtime_card_e06b53e1_144e4a95
  ext_node_path_78811c13["node:path"] --> node_satisfiability_6c08de4b_de8c902a
  ext_node_path_78811c13["node:path"] --> node_scaffold_ci_template_utils_1035b61c_0513532b
  ext_node_path_78811c13["node:path"] --> node_scaffold_db8a7260_1ca6adc9
  ext_node_path_78811c13["node:path"] --> node_scaffold_hook_templates_8c74ab50_572d99d9
  ext_node_path_78811c13["node:path"] --> node_scan_cache_fc02c79c_11793337
  ext_node_path_78811c13["node:path"] --> node_search_24193290_6a30c5b7
  ext_node_path_78811c13["node:path"] --> node_setup_git_hooks_70750d40_b4ca2cf9
  ext_node_path_78811c13["node:path"] --> node_simulate_analysis_164a460c_2367e095
  ext_node_path_78811c13["node:path"] --> node_simulate_b9efe395_90dff935
  ext_node_path_78811c13["node:path"] --> node_source_outline_1_54a631fa_8582fb07
  ext_node_path_78811c13["node:path"] --> node_sources_878a52fc_cd312fcd
  ext_node_path_78811c13["node:path"] --> node_stale_detector_a563289e_653281b0
+   ext_node_path_78811c13["node:path"] --> node_store_1_0ab51284_0ffe807a
  ext_node_path_78811c13["node:path"] --> node_store_824d80d7_69038a3e
  ext_node_path_78811c13["node:path"] --> node_suggestion_generator_0956f794_4fce3834
  ext_node_path_78811c13["node:path"] --> node_symphony_check_e97f2ea0_09eb5bd1
  ext_node_path_78811c13["node:path"] --> node_sync_codex_preflight_7e7a8dc2_f2ef0386
  ext_node_path_78811c13["node:path"] --> node_test_harness_6e520b98_6b3d1d32
  ext_node_path_78811c13["node:path"] --> node_test_harness_upgrade_matrix_84113c4e_e0838daa
  ext_node_path_78811c13["node:path"] --> node_tooling_audit_core_328d6a41_01cbc905
  ext_node_path_78811c13["node:path"] --> node_tracer_1e6243a2_cb3d802b
  ext_node_path_78811c13["node:path"] --> node_ui_loop_internal_f2eb8892_c4b49e6a
  ext_node_path_78811c13["node:path"] --> node_ui_loop_tooling_12b2d2c7_1abedab2
  ext_node_path_78811c13["node:path"] --> node_update_core_bced358c_b710dd59
  ext_node_path_78811c13["node:path"] --> node_upgrade_1_b277486e_4a06b7a8
  ext_node_path_78811c13["node:path"] --> node_upgrade_core_b759da40_eeec275b
  ext_node_path_78811c13["node:path"] --> node_validate_branch_protection_alignment_09b7779a_6f299056
  ext_node_path_78811c13["node:path"] --> node_validate_evidence_patterns_cacd9fb4_240eb37f
  ext_node_path_78811c13["node:path"] --> node_validate_packaged_skill_5e32c890_9228ad58
  ext_node_path_78811c13["node:path"] --> node_validate_workflow_contracts_33dc063c_2f80e314
  ext_node_path_78811c13["node:path"] --> node_validator_1_0c0621d8_0e5afcb6
  ext_node_path_78811c13["node:path"] --> node_validator_2_744853f5_98bb2caf
  ext_node_path_78811c13["node:path"] --> node_validator_3_28b6e9f3_2ed5b007
  ext_node_path_78811c13["node:path"] --> node_validator_4_5180cf23_247c289b
  ext_node_path_78811c13["node:path"] --> node_validator_6_3688adbf_8ba940df
  ext_node_path_78811c13["node:path"] --> node_validator_core_1_1518647e_d8d0b249
  ext_node_path_78811c13["node:path"] --> node_verify_coderabbit_490b4e71_8859655f
  ext_node_path_78811c13["node:path"] --> node_version_5ca4f385_fd75945b
  ext_node_path_78811c13["node:path"] --> node_version_coherence_69733bcb_00c8d5d9
  ext_node_path_78811c13["node:path"] --> node_workflow_generate_2fc0af62_803bbfeb
  ext_node_perf_hooks_906292ff["node:perf_hooks"] --> node_performance_overload_c685bfcf_291ef65a
  ext_node_process_00cdf119["node:process"] --> node_args_090772cf_1bac9202
  ext_node_process_00cdf119["node:process"] --> node_check_20f65c28_48d25399
  ext_node_process_00cdf119["node:process"] --> node_ci_migrate_core_7005b5af_7e295ae3
  ext_node_process_00cdf119["node:process"] --> node_ci_migrate_signing_2d82ac3f_9e5e8974
-   ext_node_process_00cdf119["node:process"] --> node_cli_2_10bc8a77_c6dab4fb
+   ext_node_process_00cdf119["node:process"] --> node_cli_3_9d90d3fe_507ab5a9
  ext_node_process_00cdf119["node:process"] --> node_contract_cc8321d6_c0e3de0f
  ext_node_process_00cdf119["node:process"] --> node_next_c6c1c9a9_040a8dbb
  ext_node_process_00cdf119["node:process"] --> node_next_runner_41643472_9b94424f
  ext_node_process_00cdf119["node:process"] --> node_performance_overload_c685bfcf_291ef65a
  ext_node_process_00cdf119["node:process"] --> node_pr_closeout_args_8164b0a8_2240b166
  ext_node_process_00cdf119["node:process"] --> node_runtime_card_args_2b3d4b28_5cfe029c
  ext_node_process_00cdf119["node:process"] --> node_upgrade_core_b759da40_eeec275b
  ext_node_readline_bb6096cc["node:readline"] --> node_eject_1_d0ecd4d1_ba72accc
  ext_node_url_d0cb3ad7["node:url"] --> node_cli_99bb8840_659774ba
  ext_node_url_d0cb3ad7["node:url"] --> node_coderabbit_csv_3ef61ffc_af2b743e
  ext_node_url_d0cb3ad7["node:url"] --> node_control_plane_core_db3b4cb2_27437a14
  ext_node_url_d0cb3ad7["node:url"] --> node_decision_packet_1_dd443771_92fa570e
  ext_node_url_d0cb3ad7["node:url"] --> node_gate_c974e17b_07549baf
  ext_node_url_d0cb3ad7["node:url"] --> node_health_core_2b2fdada_341de678
  ext_node_url_d0cb3ad7["node:url"] --> node_preset_resolver_dc3dd716_3f747c75
  ext_node_url_d0cb3ad7["node:url"] --> node_repo_bound_paths_e218b5b3_216d0eb0
  ext_node_url_d0cb3ad7["node:url"] --> node_run_e2e_39efe696_fb07ee74
  ext_node_url_d0cb3ad7["node:url"] --> node_run_harness_evals_77704768_ba42904d
  ext_node_url_d0cb3ad7["node:url"] --> node_run_local_memory_preflight_36e92808_9841c57a
  ext_node_url_d0cb3ad7["node:url"] --> node_scaffold_ci_template_utils_1035b61c_0513532b
  ext_node_url_d0cb3ad7["node:url"] --> node_scaffold_governance_templates_5c949d24_3d624d65
  ext_node_url_d0cb3ad7["node:url"] --> node_scaffold_root_templates_61731280_c6c59378
  ext_node_url_d0cb3ad7["node:url"] --> node_scaffold_shell_templates_0ad0f915_ccc86664
  ext_node_url_d0cb3ad7["node:url"] --> node_scaffold_worktree_templates_66a38e9a_ff3c085c
  ext_node_url_d0cb3ad7["node:url"] --> node_test_harness_upgrade_matrix_84113c4e_e0838daa
  ext_node_url_d0cb3ad7["node:url"] --> node_ui_loop_internal_f2eb8892_c4b49e6a
  ext_node_url_d0cb3ad7["node:url"] --> node_version_5ca4f385_fd75945b
  ext_picomatch_2ebdbf14["picomatch"] --> node_detector_2_b0fc2f46_7ea6b320
  ext_picomatch_2ebdbf14["picomatch"] --> node_policy_823412d1_3bce1002
  ext_picomatch_2ebdbf14["picomatch"] --> node_resolver_439c3635_729842aa
  ext_picomatch_2ebdbf14["picomatch"] --> node_risk_tier_1_96b6ff91_19911c0e
  ext_semver_b4039641["semver"] --> node_check_environment_core_2c16213f_a8a456d9
  ext_semver_b4039641["semver"] --> node_doctor_tool_checks_4acac51a_9e791a28
  ext_semver_b4039641["semver"] --> node_migration_8a6cead4_3c3cc0a4
  ext_semver_b4039641["semver"] --> node_schema_migrate_c0646635_f0e7b25b
  ext_semver_b4039641["semver"] --> node_update_core_bced358c_b710dd59
  ext_semver_b4039641["semver"] --> node_upgrade_1_b277486e_4a06b7a8
  ext_semver_b4039641["semver"] --> node_validator_helpers_7b927667_8b691f8f
  ext_sqlite_vec_bae73cf2["sqlite-vec"] --> node_store_824d80d7_69038a3e
  ext_typescript_fb9da861["typescript"] --> node_check_code_size_9c5efc3a_154124ae
  ext_typescript_fb9da861["typescript"] --> node_check_public_api_docs_a9604f1b_f824853c
  ext_typescript_fb9da861["typescript"] --> node_check_self_affirming_tests_7638e575_c6155698
  ext_typescript_fb9da861["typescript"] --> node_source_outline_1_54a631fa_8582fb07
  ext_vitest_4c9cfa13["vitest"] --> node_vitest_e2e_config_4e2a61bc_3efa3f07
  style ext_better_sqlite3_d7ed8f1a fill:#f59e0b,color:#fff
  style ext_child_process_4845fa97 fill:#f59e0b,color:#fff
  style ext_diff_75a0ee1b fill:#f59e0b,color:#fff
  style ext_effect_68d1dae1 fill:#f59e0b,color:#fff
  style ext_fs_3f4bb586 fill:#f59e0b,color:#fff
  style ext_inquirer_prompts_4d547149 fill:#f59e0b,color:#fff
  style ext_lodash_901466a5 fill:#f59e0b,color:#fff
  style ext_node_child_process_f62b7d19 fill:#f59e0b,color:#fff
  style ext_node_crypto_c7dfc512 fill:#f59e0b,color:#fff
  style ext_node_dns_828a0bbf fill:#f59e0b,color:#fff
  style ext_node_fs_a15b7d96 fill:#f59e0b,color:#fff
  style ext_node_module_ca1b42af fill:#f59e0b,color:#fff
  style ext_node_os_d93fe73a fill:#f59e0b,color:#fff
  style ext_node_path_78811c13 fill:#f59e0b,color:#fff
  style ext_node_perf_hooks_906292ff fill:#f59e0b,color:#fff
  style ext_node_process_00cdf119 fill:#f59e0b,color:#fff
  style ext_node_readline_bb6096cc fill:#f59e0b,color:#fff
  style ext_node_url_d0cb3ad7 fill:#f59e0b,color:#fff
  style ext_octokit_plugin_retry_c9aecc53 fill:#f59e0b,color:#fff
  style ext_octokit_plugin_throttling_7909ece3 fill:#f59e0b,color:#fff
  style ext_octokit_request_error_98ae13cc fill:#f59e0b,color:#fff
  style ext_octokit_rest_c6e4d192 fill:#f59e0b,color:#fff
  style ext_picomatch_2ebdbf14 fill:#f59e0b,color:#fff
  style ext_semver_b4039641 fill:#f59e0b,color:#fff
  style ext_sqlite_vec_bae73cf2 fill:#f59e0b,color:#fff
  style ext_typescript_fb9da861 fill:#f59e0b,color:#fff
  style ext_vitest_4c9cfa13 fill:#f59e0b,color:#fff
